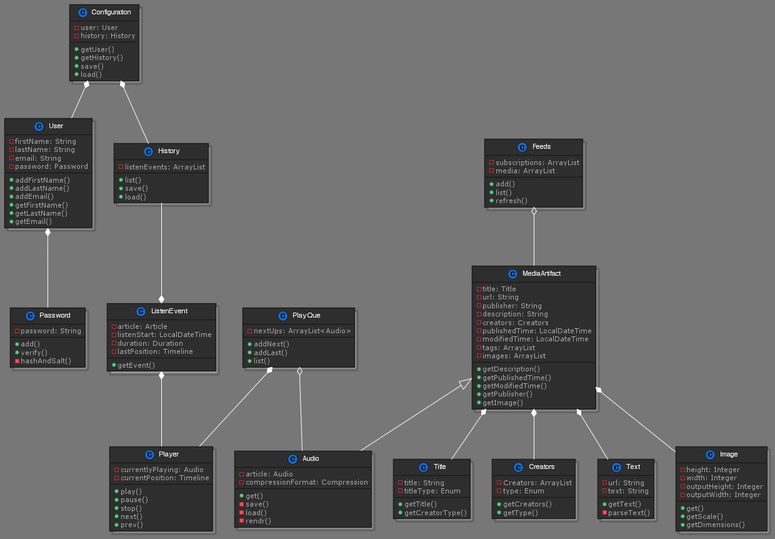
This is uml.png from skallinen/articlelistener, a PlantUML export, as it was before one commit. Its diagram source:
```plantuml
@startuml
!define DARKBLUE
!includeurl https://raw.githubusercontent.com/skallinen/RedDress-PlantUML/master/style.puml
Class User {
      -firstName: String
      -lastName: String
      -email: String
      -password: Password
      +addFirstName()
      +addLastName()
      +addEmail()
      +getFirstName()
      +getLastName()
      +getEmail()
      }

Class Password {
      -password: String
      +add()
      +verify()
      -hashAndSalt()

      }

Class Configuration {
      -user: User
      -history: History
      +getUser()
      +getHistory()
      +save()
      +load()
      }

Class MediaArtifact {
      -title: Title
      -url: String
      -publisher: String
      -description: String
      -creators: Creators
      -publishedTime: LocalDateTime
      -modifiedTime: LocalDateTime
      -tags: ArrayList
      -images: ArrayList
      +getDescription()
      +getPublishedTime()
      +getModifiedTime()
      +getPublisher()
      +getImage()
      }

Class Title {
      -title: String
      -titleType: Enum
      +getTitle()
      +getCreatorType()
}

Class Creators {
      -Creators: ArrayList
      -type: Enum
      +getCreators()
      +getType()
      }

Class Text {
      -url: String
      -text: String
      +getText()
      -parseText()
}

Class Audio {
      -article: Audio
      -compressionFormat: Compression
      +get()
      -save()
      -load()
      -rendr()
      }

Class History {
      -listenEvents: ArrayList
      +list()
      +save()
      +load()
}

Class ListenEvent  {
      -article: Article
      -listenStart: LocalDateTime
      -duration: Duration
      -lastPosition: Timeline
      +getEvent()
      }

Class Image {
      -height: Integer
      -width: Integer
      -outputHeight: Integer
      -outputWidth: Integer
      +get()
      +getScale()
      +getDimensions()
      }

Class Player {
      -currentlyPlaying: Audio
      -currentPosition: Timeline
      +play()
      +pause()
      +stop()
      +next()
      +prev()
      }

Class PlayQue {
      -nextUps: ArrayList<Audio>
      +addNext()
      +addLast()
      +list()
      }

Class Feeds {
      -subscriptions: ArrayList
      -media: ArrayList
      +add()
      +list()
      +refresh()
      }

      MediaArtifact *-- Creators
      MediaArtifact *-- Image
      MediaArtifact *-- Text
      MediaArtifact *-- Title
      MediaArtifact <|-- Audio
      PlayQue *-- Player
      History --* ListenEvent
      Configuration *-- User
      Configuration *-- History
      User *-- Password
      ListenEvent *-- Player
      PlayQue o-- Audio
      Feeds o-- MediaArtifact

@enduml
```
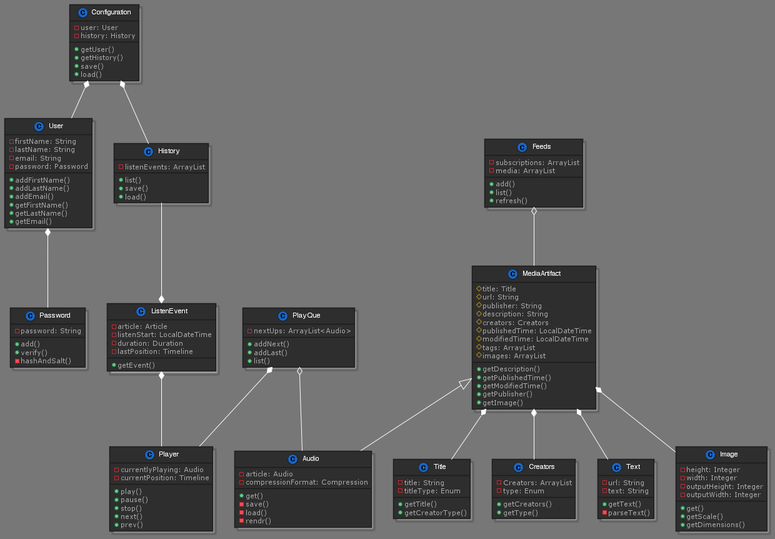
The same file after the commit.

Diff of the diagram source:
```diff
@@ -32,15 +32,15 @@
       }
 
 Class MediaArtifact {
-      -title: Title
-      -url: String
-      -publisher: String
-      -description: String
-      -creators: Creators
-      -publishedTime: LocalDateTime
-      -modifiedTime: LocalDateTime
-      -tags: ArrayList
-      -images: ArrayList
+      #title: Title
+      #url: String
+      #publisher: String
+      #description: String
+      #creators: Creators
+      #publishedTime: LocalDateTime
+      #modifiedTime: LocalDateTime
+      #tags: ArrayList
+      #images: ArrayList
       +getDescription()
       +getPublishedTime()
       +getModifiedTime()
```
